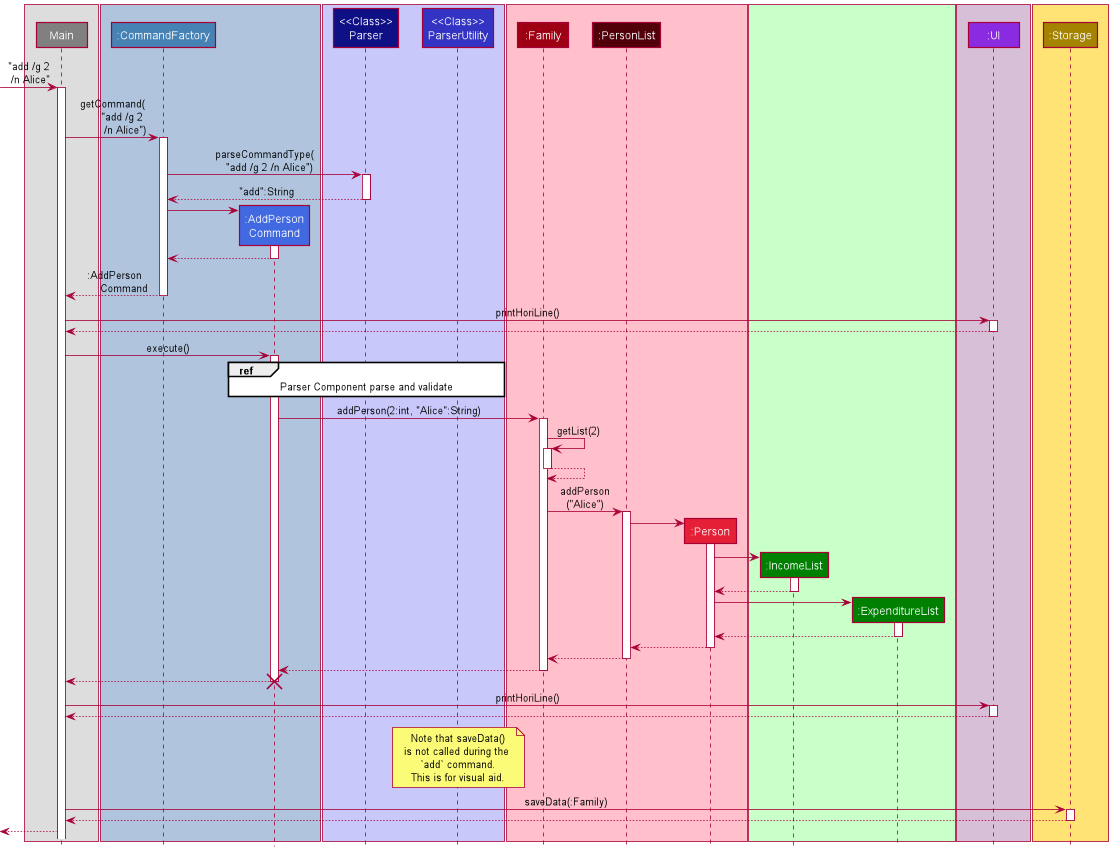
Before: docs/images/ArchitectureSequenceDiagram.png, a diagram exported from PlantUML (nus-cs2113-AY2122S2/tp).
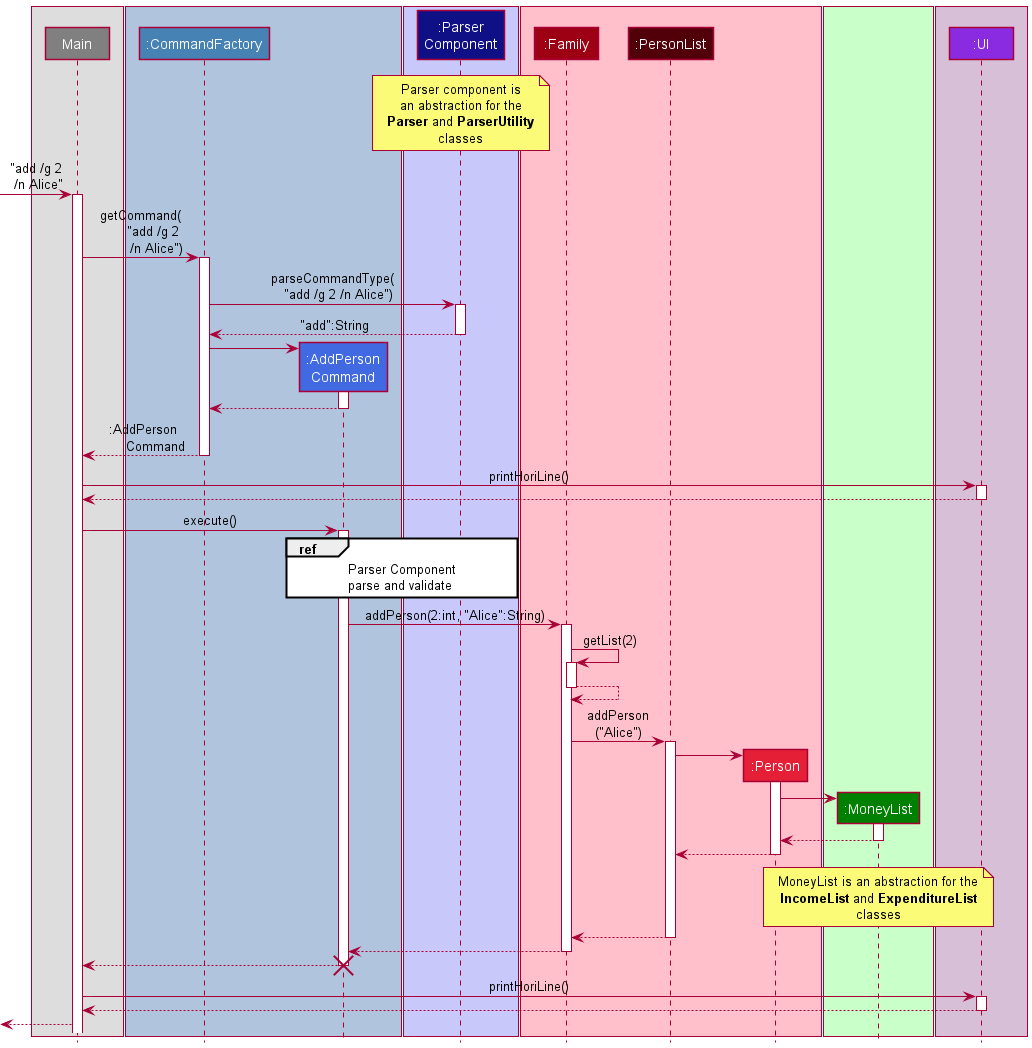
Later version of the same file.

Commit message:
Update Architecture section and diagram

Diff of the diagram source:
```diff
@@ -9,8 +9,7 @@
 Participant ":AddPerson\nCommand" as Commands2 COMMAND_COLOR_T1
 end box
 box LOGIC_COLOR_T3
-Participant "<<Class>>\nParser" as Parser LOGIC_COLOR
-Participant "<<Class>>\nParserUtility" as Parser2 LOGIC_COLOR_T1
+Participant ":Parser\nComponent" as Parser LOGIC_COLOR
 end box
 box #PINK
 Participant ":Family" as Family MODEL_COLOR
@@ -18,14 +17,12 @@
 Participant ":Person" as Family3 MODEL_COLOR_T2
 end box
 box MONEY_COLOR_T3
-Participant ":IncomeList" as Money MONEY_COLOR
-Participant ":ExpenditureList" as Money2 MONEY_COLOR
+Participant ":MoneyList" as Money MONEY_COLOR
 box UI_COLOR_T3
 Participant ":UI" as UI UI_COLOR
 end box
-box STORAGE_COLOR_T1
-Participant ":Storage" as Storage STORAGE_COLOR
-end box
+
+note over Parser : Parser component is\nan abstraction for the\n**Parser** and **ParserUtility**\nclasses
 
 [-> Main : "add /g 2\n /n Alice"
 
@@ -56,8 +53,9 @@
 Main -> Commands2 : execute()
 activate Commands2
 
-ref over Commands2, Parser, Parser2
-Parser Component parse and validate
+ref over Commands2, Parser
+Parser Component
+parse and validate
 end ref
 
 Commands2 -> Family : addPerson(2:int, "Alice":String)
@@ -82,14 +80,10 @@
 Money --> Family3
 deactivate Money
 
-create Money2
-Family3 -> Money2
-activate Money2
-Money2 --> Family3
-deactivate Money2
-
 Family3 --> Family2
 deactivate Family3
+
+note over Money : MoneyList is an abstraction for the\n**IncomeList** and **ExpenditureList**\nclasses
 
 Family2 --> Family
 deactivate Family2
@@ -105,12 +99,6 @@
 UI --> Main
 deactivate UI
 
-note over Parser2 : Note that saveData()\nis not called during the \n`add` command.\nThis is for visual aid.
-Main -> Storage : saveData(:Family)
-activate Storage
-Storage --> Main
-deactivate Storage
-
 Main -->[
 
 @enduml
```
